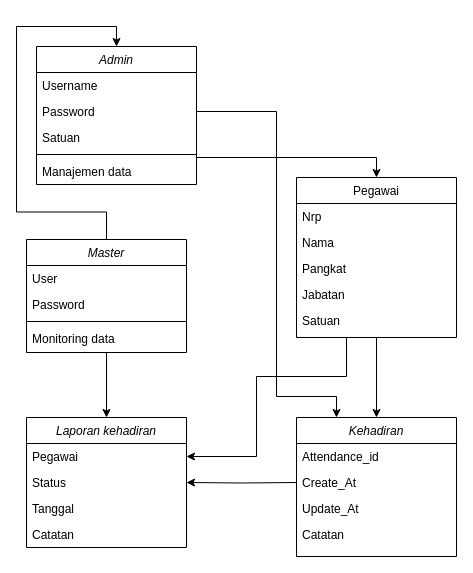
The draw.io diagram planning/classDiagram.drawio in dzikfr/aplikasi-absensi-baharkam-2024, before the edit. Source tidied: cells renumbered, new cells numbered last; positions are measured from the earlier drawing's top-left corner, leaving out a move shared by most shapes. Both pictures are drawn from the tidied source at 100%, with x=0, y=0 at pixel (26, 46).
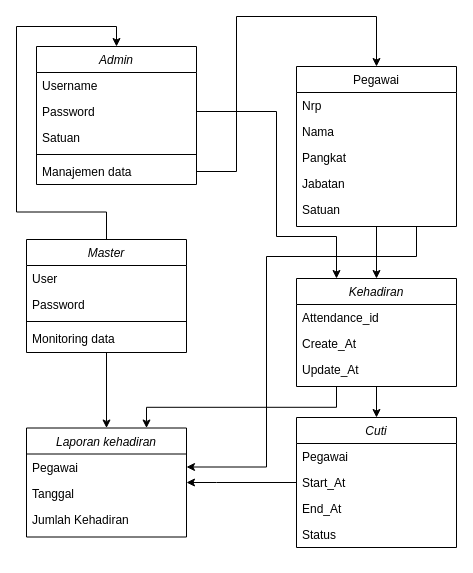
The same diagram, later.

The change refers to these unchanged cells:
```xml
<mxCell id="10" value="Pegawai" style="text;align=left;verticalAlign=top;spacingLeft=4;spacingRight=4;overflow=hidden;points=[[0,0.5],[1,0.5]];portConstraint=eastwest;" parent="9" vertex="1">
  <mxGeometry y="26" width="160" height="26" as="geometry" />
</mxCell>
<mxCell id="24" value="Password" style="text;align=left;verticalAlign=top;spacingLeft=4;spacingRight=4;overflow=hidden;points=[[0,0.5],[1,0.5]];portConstraint=eastwest;rounded=0;shadow=0;html=0;" parent="22" vertex="1">
  <mxGeometry y="52" width="160" height="26" as="geometry" />
</mxCell>
<mxCell id="27" value="Manajemen data" style="text;align=left;verticalAlign=top;spacingLeft=4;spacingRight=4;overflow=hidden;points=[[0,0.5],[1,0.5]];portConstraint=eastwest;" parent="22" vertex="1">
  <mxGeometry y="112" width="160" height="26" as="geometry" />
</mxCell>
```

The edit, as a diff of the source:
```diff
@@
     <mxCell id="9" value="Laporan kehadiran" style="swimlane;fontStyle=2;align=center;verticalAlign=top;horizontal=1;startSize=26;rounded=0;shadow=0;strokeWidth=1;" parent="1" vertex="1">
-      <mxGeometry y="371" width="160" height="130" as="geometry" />
+      <mxGeometry y="381.5" width="160" height="109" as="geometry" />
     </mxCell>
@@
-    <mxCell id="11" value="Status" style="text;align=left;verticalAlign=top;spacingLeft=4;spacingRight=4;overflow=hidden;points=[[0,0.5],[1,0.5]];portConstraint=eastwest;rounded=0;shadow=0;html=0;" parent="9" vertex="1">
-      <mxGeometry y="52" width="160" height="26" as="geometry" />
-    </mxCell>
     <mxCell id="12" value="Tanggal" style="text;align=left;verticalAlign=top;spacingLeft=4;spacingRight=4;overflow=hidden;points=[[0,0.5],[1,0.5]];portConstraint=eastwest;" parent="9" vertex="1">
-      <mxGeometry y="78" width="160" height="26" as="geometry" />
+      <mxGeometry y="52" width="160" height="26" as="geometry" />
     </mxCell>
-    <mxCell id="13" value="Catatan" style="text;align=left;verticalAlign=top;spacingLeft=4;spacingRight=4;overflow=hidden;" parent="9" vertex="1">
-      <mxGeometry y="104" width="160" height="26" as="geometry" />
-    </mxCell>
+    <mxCell id="36" value="Jumlah Kehadiran" style="text;align=left;verticalAlign=top;spacingLeft=4;spacingRight=4;overflow=hidden;" parent="9" vertex="1">
+      <mxGeometry y="78" width="160" height="26" as="geometry" />
+    </mxCell>
+    <mxCell id="15" style="edgeStyle=orthogonalEdgeStyle;rounded=0;jettySize=auto;html=1;exitX=0.5;exitY=1;exitDx=0;exitDy=0;entryX=0.5;entryY=0;entryDx=0;entryDy=0;" parent="1" edge="1" source="16" target="28">
+      <mxGeometry relative="1" as="geometry" />
+    </mxCell>
-    <mxCell id="14" style="edgeStyle=orthogonalEdgeStyle;rounded=0;jettySize=auto;html=1;exitX=0.5;exitY=1;exitDx=0;exitDy=0;" parent="1" edge="1" source="16" target="10">
+    <mxCell id="14" style="edgeStyle=orthogonalEdgeStyle;rounded=0;jettySize=auto;html=1;exitX=0.75;exitY=1;exitDx=0;exitDy=0;entryX=1;entryY=0.5;entryDx=0;entryDy=0;" parent="1" edge="1" source="16" target="10">
       <mxGeometry relative="1" as="geometry">
         <Array as="points">
-          <mxPoint x="320" y="291" />
-          <mxPoint x="320" y="330" />
-          <mxPoint x="230" y="330" />
-          <mxPoint x="230" y="410" />
+          <mxPoint x="390" y="210" />
+          <mxPoint x="240" y="210" />
+          <mxPoint x="240" y="420" />
+          <mxPoint x="160" y="420" />
         </Array>
       </mxGeometry>
     </mxCell>
-    <mxCell id="15" style="edgeStyle=orthogonalEdgeStyle;rounded=0;jettySize=auto;html=1;exitX=0.5;exitY=1;exitDx=0;exitDy=0;entryX=0.5;entryY=0;entryDx=0;entryDy=0;" parent="1" edge="1" source="16" target="28">
-      <mxGeometry relative="1" as="geometry" />
-    </mxCell>
     <mxCell id="16" value="Pegawai" style="swimlane;fontStyle=0;align=center;verticalAlign=top;horizontal=1;startSize=26;rounded=0;shadow=0;strokeWidth=1;" parent="1" vertex="1">
-      <mxGeometry x="270" y="131" width="160" height="160" as="geometry" />
+      <mxGeometry x="270" y="20" width="160" height="160" as="geometry" />
     </mxCell>
@@
+    <mxCell id="37" style="edgeStyle=orthogonalEdgeStyle;rounded=0;jettySize=auto;html=1;exitX=0.5;exitY=1;exitDx=0;exitDy=0;entryX=0.5;entryY=0;entryDx=0;entryDy=0;" parent="1" edge="1" source="28" target="39">
+      <mxGeometry relative="1" as="geometry" />
+    </mxCell>
+    <mxCell id="38" style="edgeStyle=orthogonalEdgeStyle;rounded=0;jettySize=auto;html=1;exitX=0.25;exitY=1;exitDx=0;exitDy=0;entryX=0.75;entryY=0;entryDx=0;entryDy=0;" parent="1" edge="1" source="28" target="9">
+      <mxGeometry relative="1" as="geometry" />
+    </mxCell>
     <mxCell id="28" value="Kehadiran" style="swimlane;fontStyle=2;align=center;verticalAlign=top;horizontal=1;startSize=26;rounded=0;shadow=0;strokeWidth=1;" parent="1" vertex="1">
-      <mxGeometry x="270" y="371" width="160" height="139" as="geometry" />
+      <mxGeometry x="270" y="232" width="160" height="108" as="geometry" />
     </mxCell>
@@
-    <mxCell id="32" value="Catatan" style="text;align=left;verticalAlign=top;spacingLeft=4;spacingRight=4;overflow=hidden;" parent="28" vertex="1">
-      <mxGeometry y="104" width="160" height="26" as="geometry" />
-    </mxCell>
-    <mxCell id="33" style="edgeStyle=orthogonalEdgeStyle;rounded=0;jettySize=auto;html=1;exitX=0;exitY=0.5;exitDx=0;exitDy=0;" parent="1" edge="1" target="11">
-      <mxGeometry relative="1" as="geometry">
-        <mxPoint x="270" y="436" as="sourcePoint" />
-      </mxGeometry>
-    </mxCell>
     <mxCell id="34" style="edgeStyle=orthogonalEdgeStyle;rounded=0;jettySize=auto;html=1;exitX=1;exitY=0.5;exitDx=0;exitDy=0;entryX=0.25;entryY=0;entryDx=0;entryDy=0;" parent="1" edge="1" source="24" target="28">
       <mxGeometry relative="1" as="geometry">
         <Array as="points">
           <mxPoint x="250" y="65" />
-          <mxPoint x="250" y="350" />
-          <mxPoint x="310" y="350" />
+          <mxPoint x="250" y="190" />
+          <mxPoint x="310" y="190" />
         </Array>
       </mxGeometry>
     </mxCell>
     <mxCell id="35" style="edgeStyle=orthogonalEdgeStyle;rounded=0;jettySize=auto;html=1;exitX=1;exitY=0.5;exitDx=0;exitDy=0;entryX=0.5;entryY=0;entryDx=0;entryDy=0;" parent="1" edge="1" source="27" target="16">
       <mxGeometry relative="1" as="geometry">
         <Array as="points">
-          <mxPoint x="170" y="111" />
-          <mxPoint x="350" y="111" />
+          <mxPoint x="210" y="125" />
+          <mxPoint x="210" y="-30" />
+          <mxPoint x="350" y="-30" />
         </Array>
       </mxGeometry>
     </mxCell>
+    <mxCell id="39" value="Cuti" style="swimlane;fontStyle=2;align=center;verticalAlign=top;horizontal=1;startSize=26;rounded=0;shadow=0;strokeWidth=1;" parent="1" vertex="1">
+      <mxGeometry x="270" y="371" width="160" height="130" as="geometry" />
+    </mxCell>
+    <mxCell id="40" value="Pegawai" style="text;align=left;verticalAlign=top;spacingLeft=4;spacingRight=4;overflow=hidden;" parent="39" vertex="1">
+      <mxGeometry y="26" width="160" height="26" as="geometry" />
+    </mxCell>
+    <mxCell id="41" value="Start_At" style="text;align=left;verticalAlign=top;spacingLeft=4;spacingRight=4;overflow=hidden;points=[[0,0.5],[1,0.5]];portConstraint=eastwest;" parent="39" vertex="1">
+      <mxGeometry y="52" width="160" height="26" as="geometry" />
+    </mxCell>
+    <mxCell id="42" value="End_At" style="text;align=left;verticalAlign=top;spacingLeft=4;spacingRight=4;overflow=hidden;" parent="39" vertex="1">
+      <mxGeometry y="78" width="160" height="26" as="geometry" />
+    </mxCell>
+    <mxCell id="11" value="Status" style="text;align=left;verticalAlign=top;spacingLeft=4;spacingRight=4;overflow=hidden;points=[[0,0.5],[1,0.5]];portConstraint=eastwest;" parent="39" vertex="1">
+      <mxGeometry y="104" width="160" height="26" as="geometry" />
+    </mxCell>
+    <mxCell id="43" style="edgeStyle=orthogonalEdgeStyle;rounded=0;jettySize=auto;html=1;exitX=0;exitY=0.5;exitDx=0;exitDy=0;" parent="1" edge="1" source="41" target="12">
+      <mxGeometry relative="1" as="geometry">
+        <Array as="points">
+          <mxPoint x="190" y="436" />
+          <mxPoint x="190" y="436" />
+        </Array>
+      </mxGeometry>
+    </mxCell>
```
